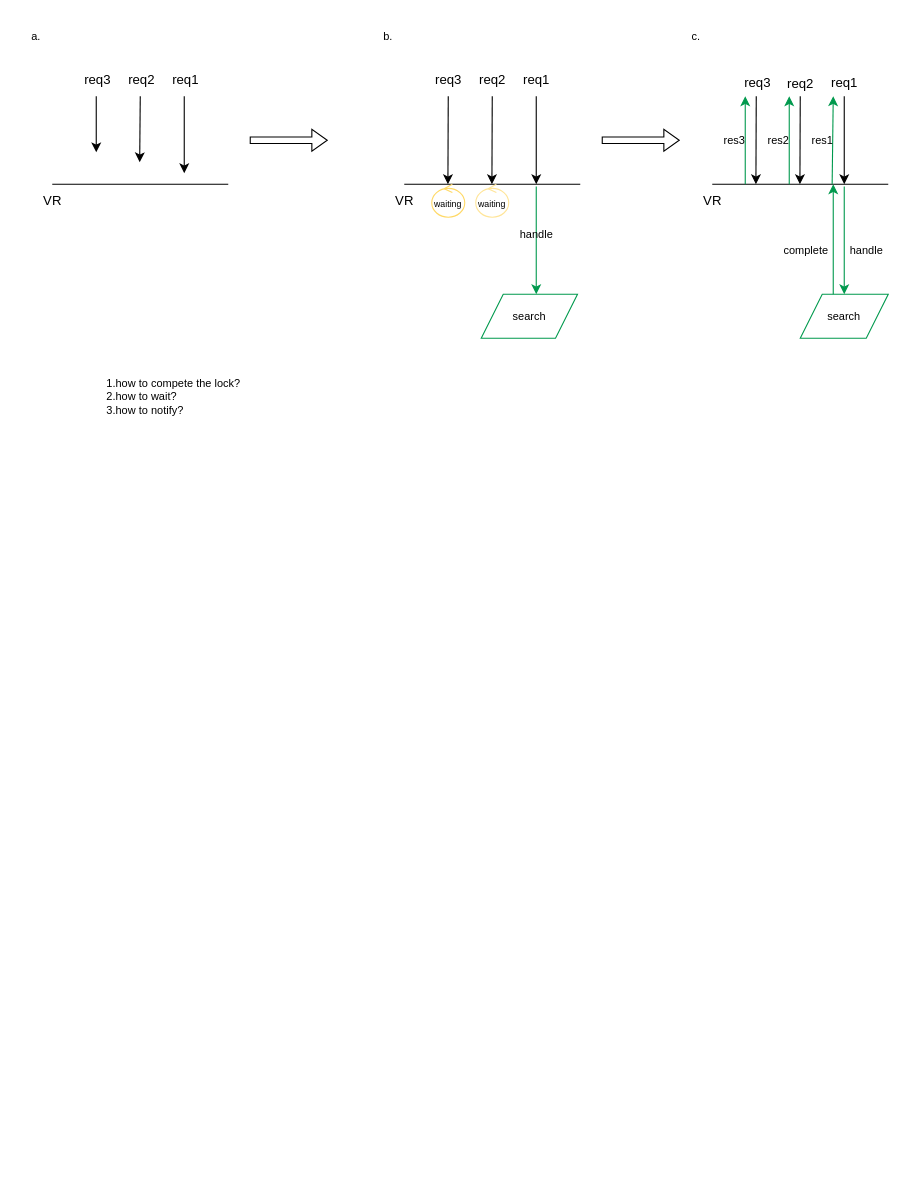
This is distributed-lock.drawio from sunchunya314/drawio, a draw.io file, before an edit. Source tidied: cells renumbered, new cells numbered last; positions are measured from the earlier drawing's top-left corner, leaving out a move shared by most shapes. Both pictures are drawn from the tidied source at 110%, with x=0, y=0 at pixel (19, 19).
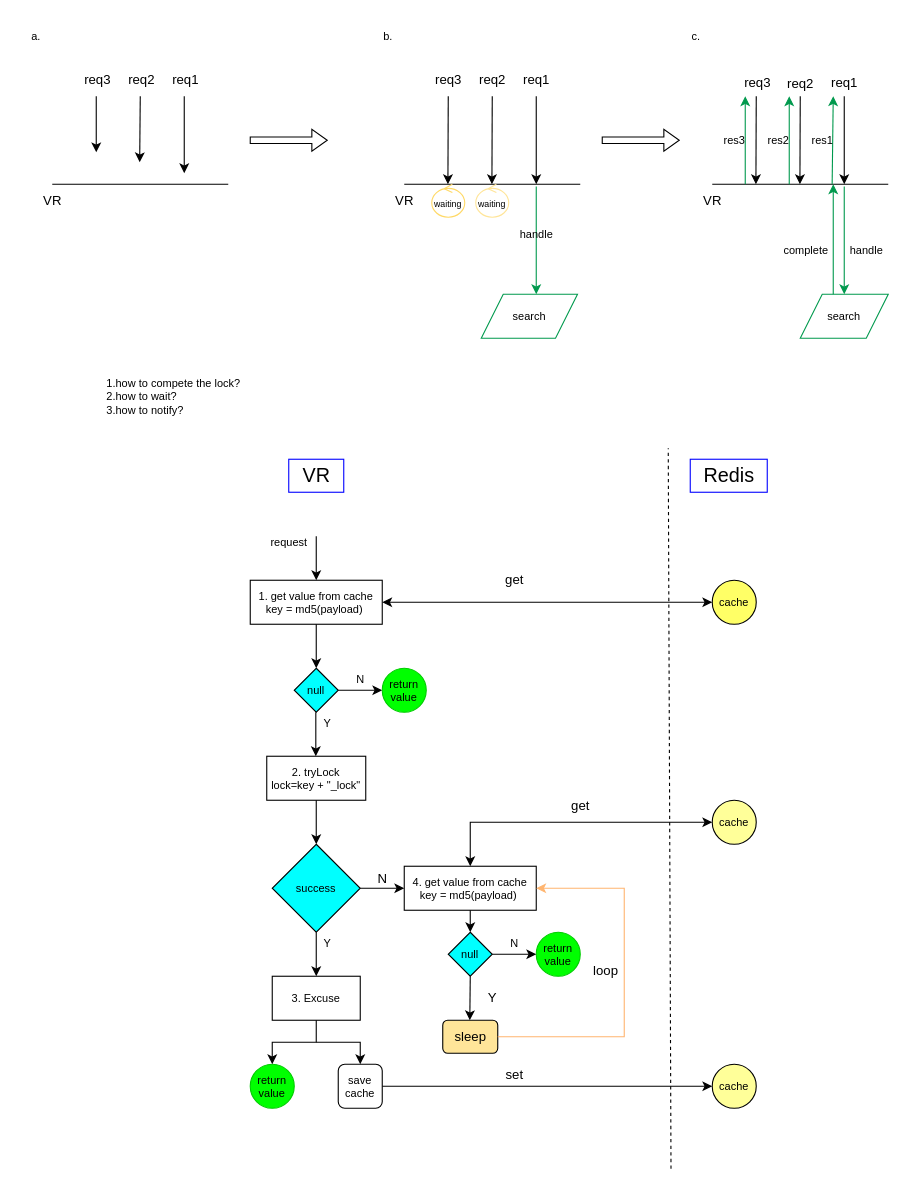
The same page after the edit.

Change to the diagram source:
```diff
@@
+    <mxCell id="48" value="1. get value from cache&lt;br&gt;key = md5(payload)&amp;nbsp;" style="rounded=0;whiteSpace=wrap;html=1;fontSize=10;strokeColor=#000000;" parent="1" vertex="1">
+      <mxGeometry x="210" y="510" width="120" height="40" as="geometry" />
+    </mxCell>
+    <mxCell id="49" value="null" style="rhombus;whiteSpace=wrap;html=1;fontSize=10;strokeColor=#000000;fillColor=#00FFFF;" parent="1" vertex="1">
+      <mxGeometry x="250" y="590" width="40" height="40" as="geometry" />
+    </mxCell>
+    <mxCell id="50" style="endArrow=classic;html=1;rounded=0;fontSize=10;strokeColor=#000000;exitX=0.5;exitY=1;exitDx=0;exitDy=0;entryX=0.5;entryY=0;entryDx=0;entryDy=0;" parent="1" edge="1" source="48" target="49">
+      <mxGeometry relative="1" as="geometry" />
+    </mxCell>
+    <mxCell id="51" style="endArrow=classic;html=1;rounded=0;fontSize=10;strokeColor=#000000;entryX=0;entryY=0.5;entryDx=0;entryDy=0;" parent="1" edge="1" target="64">
+      <mxGeometry relative="1" as="geometry">
+        <mxPoint x="290" y="610" as="sourcePoint" />
+      </mxGeometry>
+    </mxCell>
+    <mxCell id="52" value="N" style="text;html=1;align=center;verticalAlign=middle;strokeColor=none;fillColor=none;fontSize=10;" parent="1" vertex="1">
+      <mxGeometry x="295" y="585" width="30" height="30" as="geometry" />
+    </mxCell>
+    <mxCell id="53" style="endArrow=classic;html=1;rounded=0;fontSize=10;strokeColor=#000000;exitX=0.5;exitY=1;exitDx=0;exitDy=0;entryX=0.5;entryY=0;entryDx=0;entryDy=0;" parent="1" edge="1">
+      <mxGeometry relative="1" as="geometry">
+        <mxPoint x="269.6" y="630" as="sourcePoint" />
+        <mxPoint x="269.6" y="670" as="targetPoint" />
+      </mxGeometry>
+    </mxCell>
+    <mxCell id="54" value="Y" style="text;html=1;align=center;verticalAlign=middle;strokeColor=none;fillColor=none;fontSize=10;" parent="1" vertex="1">
+      <mxGeometry x="265" y="625" width="30" height="30" as="geometry" />
+    </mxCell>
+    <mxCell id="55" value="2. tryLock&lt;br&gt;lock=key + &quot;_lock&quot;" style="rounded=0;whiteSpace=wrap;html=1;fontSize=10;strokeColor=#000000;" parent="1" vertex="1">
+      <mxGeometry x="225" y="670" width="90" height="40" as="geometry" />
+    </mxCell>
+    <mxCell id="56" style="endArrow=classic;html=1;rounded=0;fontSize=10;strokeColor=#000000;exitX=0.5;exitY=1;exitDx=0;exitDy=0;" parent="1" edge="1" source="55">
+      <mxGeometry relative="1" as="geometry">
+        <mxPoint x="270" y="750" as="targetPoint" />
+      </mxGeometry>
+    </mxCell>
+    <mxCell id="57" value="success" style="rhombus;whiteSpace=wrap;html=1;fontSize=10;strokeColor=#000000;fillColor=#00FFFF;" parent="1" vertex="1">
+      <mxGeometry x="230" y="750" width="80" height="80" as="geometry" />
+    </mxCell>
+    <mxCell id="58" style="endArrow=classic;html=1;rounded=0;fontSize=10;strokeColor=#000000;exitX=0.5;exitY=1;exitDx=0;exitDy=0;" parent="1" edge="1" source="57">
+      <mxGeometry relative="1" as="geometry">
+        <mxPoint x="270" y="870" as="targetPoint" />
+      </mxGeometry>
+    </mxCell>
+    <mxCell id="59" style="endArrow=classic;html=1;rounded=0;fontSize=10;strokeColor=#000000;exitX=1;exitY=0.5;exitDx=0;exitDy=0;" parent="1" edge="1" source="57">
+      <mxGeometry relative="1" as="geometry">
+        <mxPoint x="350" y="790" as="targetPoint" />
+      </mxGeometry>
+    </mxCell>
+    <mxCell id="60" value="Y" style="text;html=1;align=center;verticalAlign=middle;strokeColor=none;fillColor=none;fontSize=10;" parent="1" vertex="1">
+      <mxGeometry x="265" y="825" width="30" height="30" as="geometry" />
+    </mxCell>
+    <mxCell id="61" style="endArrow=classic;html=1;rounded=0;fontSize=10;strokeColor=#000000;entryX=0.5;entryY=0;entryDx=0;entryDy=0;" parent="1" edge="1" target="48">
+      <mxGeometry relative="1" as="geometry">
+        <mxPoint x="270" y="470" as="sourcePoint" />
+      </mxGeometry>
+    </mxCell>
+    <mxCell id="62" value="request" style="text;html=1;align=center;verticalAlign=middle;strokeColor=none;fillColor=none;fontSize=10;" parent="1" vertex="1">
+      <mxGeometry x="215" y="460" width="60" height="30" as="geometry" />
+    </mxCell>
+    <mxCell id="63" value="cache" style="ellipse;whiteSpace=wrap;html=1;fontSize=10;strokeColor=#000000;fillColor=#FFFF66;" parent="1" vertex="1">
+      <mxGeometry x="630" y="510" width="40" height="40" as="geometry" />
+    </mxCell>
+    <mxCell id="64" value="return value&lt;br&gt;" style="ellipse;whiteSpace=wrap;html=1;fontSize=10;strokeColor=#00CC00;fillColor=#00FF00;" parent="1" vertex="1">
+      <mxGeometry x="330" y="590" width="40" height="40" as="geometry" />
+    </mxCell>
+    <mxCell id="65" value="return value&lt;br&gt;" style="ellipse;whiteSpace=wrap;html=1;fontSize=10;strokeColor=#00CC00;fillColor=#00FF00;" parent="1" vertex="1">
+      <mxGeometry x="210" y="950" width="40" height="40" as="geometry" />
+    </mxCell>
+    <mxCell id="66" value="save cache" style="rounded=1;whiteSpace=wrap;html=1;fontSize=10;strokeColor=#000000;fillColor=#FFFFFF;" parent="1" vertex="1">
+      <mxGeometry x="290" y="950" width="40" height="40" as="geometry" />
+    </mxCell>
+    <mxCell id="67" style="endArrow=classic;html=1;rounded=0;fontSize=10;strokeColor=#000000;exitX=1;exitY=0.5;exitDx=0;exitDy=0;entryX=0;entryY=0.5;entryDx=0;entryDy=0;" parent="1" edge="1" source="66" target="68">
+      <mxGeometry relative="1" as="geometry" />
+    </mxCell>
+    <mxCell id="68" value="cache" style="ellipse;whiteSpace=wrap;html=1;fontSize=10;strokeColor=#000000;fillColor=#FFFF99;" parent="1" vertex="1">
+      <mxGeometry x="630" y="950" width="40" height="40" as="geometry" />
+    </mxCell>
+    <mxCell id="69" style="endArrow=none;dashed=1;html=1;rounded=0;fontSize=10;strokeColor=#000000;" parent="1" edge="1">
+      <mxGeometry relative="1" as="geometry">
+        <mxPoint x="592.5" y="1045" as="sourcePoint" />
+        <mxPoint x="590" y="390" as="targetPoint" />
+      </mxGeometry>
+    </mxCell>
+    <mxCell id="70" value="&lt;font style=&quot;font-size: 18px;&quot;&gt;VR&lt;/font&gt;" style="text;html=1;align=center;verticalAlign=middle;strokeColor=#0000FF;fillColor=none;fontSize=10;" parent="1" vertex="1">
+      <mxGeometry x="245" y="400" width="50" height="30" as="geometry" />
+    </mxCell>
+    <mxCell id="71" value="Redis" style="text;html=1;align=center;verticalAlign=middle;strokeColor=#0000FF;fillColor=none;fontSize=18;" parent="1" vertex="1">
+      <mxGeometry x="610" y="400" width="70" height="30" as="geometry" />
+    </mxCell>
+    <mxCell id="72" value="&lt;font style=&quot;font-size: 12px;&quot;&gt;N&lt;/font&gt;" style="text;html=1;align=center;verticalAlign=middle;strokeColor=none;fillColor=none;fontSize=18;" parent="1" vertex="1">
+      <mxGeometry x="315" y="765" width="30" height="30" as="geometry" />
+    </mxCell>
+    <mxCell id="73" value="4. get value from cache&lt;br&gt;key = md5(payload)&amp;nbsp;" style="rounded=0;whiteSpace=wrap;html=1;fontSize=10;strokeColor=#000000;" parent="1" vertex="1">
+      <mxGeometry x="350" y="770" width="120" height="40" as="geometry" />
+    </mxCell>
+    <mxCell id="74" value="null" style="rhombus;whiteSpace=wrap;html=1;fontSize=10;strokeColor=#000000;fillColor=#00FFFF;" parent="1" vertex="1">
+      <mxGeometry x="390" y="830" width="40" height="40" as="geometry" />
+    </mxCell>
+    <mxCell id="75" style="endArrow=classic;html=1;rounded=0;fontSize=18;strokeColor=#000000;exitX=0.5;exitY=1;exitDx=0;exitDy=0;entryX=0.5;entryY=0;entryDx=0;entryDy=0;" parent="1" edge="1" source="73" target="74">
+      <mxGeometry relative="1" as="geometry" />
+    </mxCell>
+    <mxCell id="76" value="return value&lt;br&gt;" style="ellipse;whiteSpace=wrap;html=1;fontSize=10;strokeColor=#00CC00;fillColor=#00FF00;" parent="1" vertex="1">
+      <mxGeometry x="470" y="830" width="40" height="40" as="geometry" />
+    </mxCell>
+    <mxCell id="77" value="N" style="text;html=1;align=center;verticalAlign=middle;strokeColor=none;fillColor=none;fontSize=10;" parent="1" vertex="1">
+      <mxGeometry x="435" y="825" width="30" height="30" as="geometry" />
+    </mxCell>
+    <mxCell id="78" style="endArrow=classic;html=1;rounded=0;fontSize=18;strokeColor=#000000;exitX=1;exitY=0.5;exitDx=0;exitDy=0;" parent="1" edge="1" source="74" target="76">
+      <mxGeometry relative="1" as="geometry" />
+    </mxCell>
+    <mxCell id="79" style="endArrow=classic;html=1;rounded=0;fontSize=10;strokeColor=#000000;exitX=0.5;exitY=1;exitDx=0;exitDy=0;" parent="1" edge="1" source="74">
+      <mxGeometry relative="1" as="geometry">
+        <mxPoint x="409.6" y="910" as="targetPoint" />
+      </mxGeometry>
+    </mxCell>
+    <mxCell id="80" value="&lt;font style=&quot;font-size: 12px;&quot;&gt;&lt;br&gt;&lt;/font&gt;" style="rounded=1;whiteSpace=wrap;html=1;fontSize=18;strokeColor=#000000;fillColor=#FFE599;" parent="1" vertex="1">
+      <mxGeometry x="385" y="910" width="50" height="30" as="geometry" />
+    </mxCell>
+    <mxCell id="81" style="endArrow=classic;html=1;rounded=0;fontSize=12;strokeColor=#FFB570;exitX=1;exitY=0.5;exitDx=0;exitDy=0;entryX=1;entryY=0.5;entryDx=0;entryDy=0;" parent="1" edge="1" source="80" target="73">
+      <mxGeometry relative="1" as="geometry">
+        <Array as="points">
+          <mxPoint x="550" y="925" />
+          <mxPoint x="550" y="790" />
+        </Array>
+      </mxGeometry>
+    </mxCell>
+    <mxCell id="82" value="Y" style="text;html=1;align=center;verticalAlign=middle;strokeColor=none;fillColor=none;fontSize=12;" parent="1" vertex="1">
+      <mxGeometry x="415" y="875" width="30" height="30" as="geometry" />
+    </mxCell>
+    <mxCell id="83" value="get" style="text;html=1;align=center;verticalAlign=middle;strokeColor=none;fillColor=none;fontSize=12;" parent="1" vertex="1">
+      <mxGeometry x="430" y="495" width="40" height="30" as="geometry" />
+    </mxCell>
+    <mxCell id="84" value="set" style="text;html=1;align=center;verticalAlign=middle;strokeColor=none;fillColor=none;fontSize=12;" parent="1" vertex="1">
+      <mxGeometry x="430" y="945" width="40" height="30" as="geometry" />
+    </mxCell>
+    <mxCell id="85" value="3. Excuse" style="rounded=0;whiteSpace=wrap;html=1;fontSize=10;strokeColor=#000000;" parent="1" vertex="1">
+      <mxGeometry x="230" y="870" width="80" height="40" as="geometry" />
+    </mxCell>
+    <mxCell id="86" style="endArrow=classic;html=1;rounded=0;fontSize=12;strokeColor=#000000;exitX=0.5;exitY=1;exitDx=0;exitDy=0;entryX=0.5;entryY=0;entryDx=0;entryDy=0;" parent="1" edge="1" source="85" target="65">
+      <mxGeometry relative="1" as="geometry">
+        <Array as="points">
+          <mxPoint x="270" y="930" />
+          <mxPoint x="230" y="930" />
+        </Array>
+      </mxGeometry>
+    </mxCell>
+    <mxCell id="87" style="endArrow=classic;html=1;rounded=0;fontSize=12;strokeColor=#000000;entryX=0.5;entryY=0;entryDx=0;entryDy=0;" parent="1" edge="1" target="66">
+      <mxGeometry relative="1" as="geometry">
+        <mxPoint x="270" y="930" as="sourcePoint" />
+        <Array as="points">
+          <mxPoint x="310" y="930" />
+        </Array>
+      </mxGeometry>
+    </mxCell>
+    <mxCell id="88" value="loop" style="text;html=1;align=center;verticalAlign=middle;strokeColor=none;fillColor=none;fontSize=12;" parent="1" vertex="1">
+      <mxGeometry x="507.5" y="850" width="50" height="30" as="geometry" />
+    </mxCell>
+    <mxCell id="89" value="sleep" style="text;html=1;align=center;verticalAlign=middle;strokeColor=none;fillColor=none;fontSize=12;" parent="1" vertex="1">
+      <mxGeometry x="385" y="910" width="50" height="30" as="geometry" />
+    </mxCell>
+    <mxCell id="90" value="cache" style="ellipse;whiteSpace=wrap;html=1;fontSize=10;strokeColor=#000000;fillColor=#FFFF99;" parent="1" vertex="1">
+      <mxGeometry x="630" y="710" width="40" height="40" as="geometry" />
+    </mxCell>
+    <mxCell id="91" style="endArrow=classic;startArrow=classic;html=1;rounded=0;fontSize=12;strokeColor=#000000;entryX=0;entryY=0.5;entryDx=0;entryDy=0;exitX=0.5;exitY=0;exitDx=0;exitDy=0;" parent="1" edge="1" source="73" target="90">
+      <mxGeometry relative="1" as="geometry">
+        <Array as="points">
+          <mxPoint x="410" y="730" />
+        </Array>
+      </mxGeometry>
+    </mxCell>
+    <mxCell id="92" value="get" style="text;html=1;align=center;verticalAlign=middle;strokeColor=none;fillColor=none;fontSize=12;" parent="1" vertex="1">
+      <mxGeometry x="490" y="700" width="40" height="30" as="geometry" />
+    </mxCell>
+    <mxCell id="93" style="endArrow=classic;startArrow=classic;html=1;rounded=0;fontSize=12;strokeColor=#000000;entryX=0;entryY=0.5;entryDx=0;entryDy=0;" parent="1" edge="1" source="48" target="63">
+      <mxGeometry relative="1" as="geometry" />
+    </mxCell>
```
